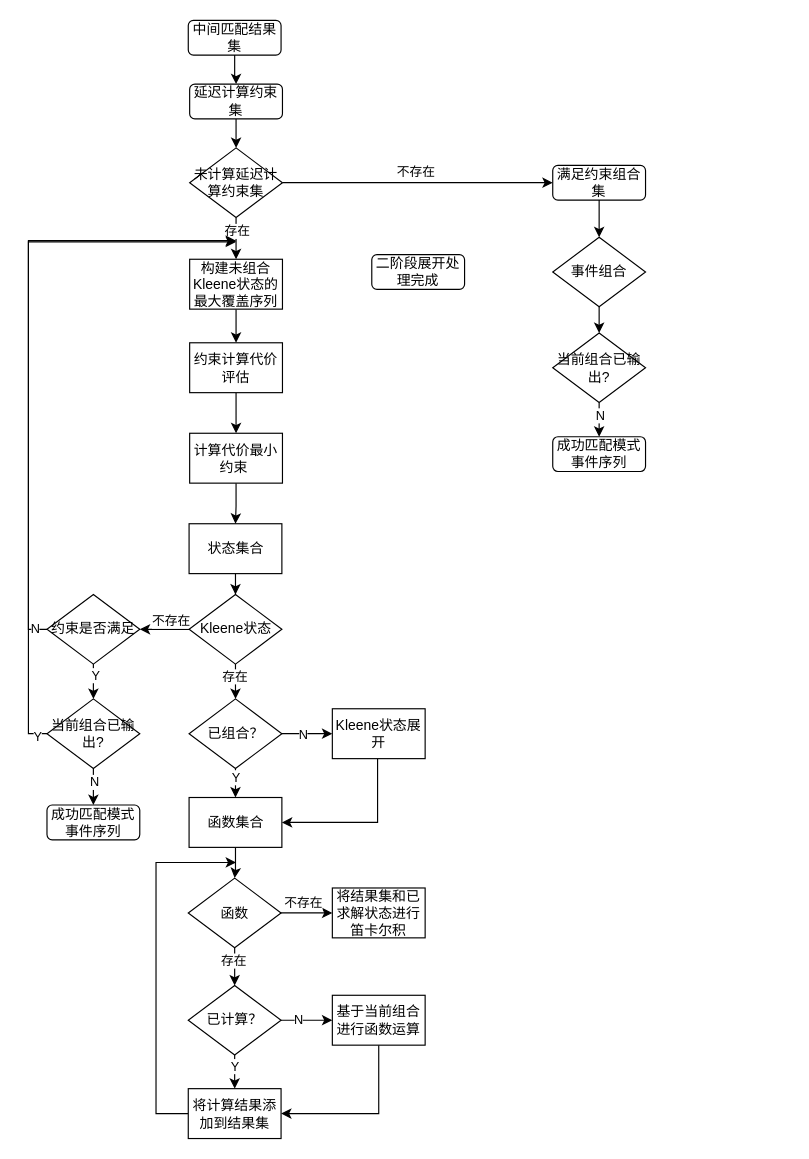
LiLiJacky/graphData keeps this draw.io diagram as page "基于模式基础解集展开" (12 of 12) of 毕业论文.drawio. Above is the earlier version. Source tidied: cells renumbered, new cells numbered last; positions are measured from the earlier drawing's top-left corner, leaving out a move shared by most shapes. Both pictures are drawn from the tidied source at 116%, with x=0, y=0 at pixel (28, 20).
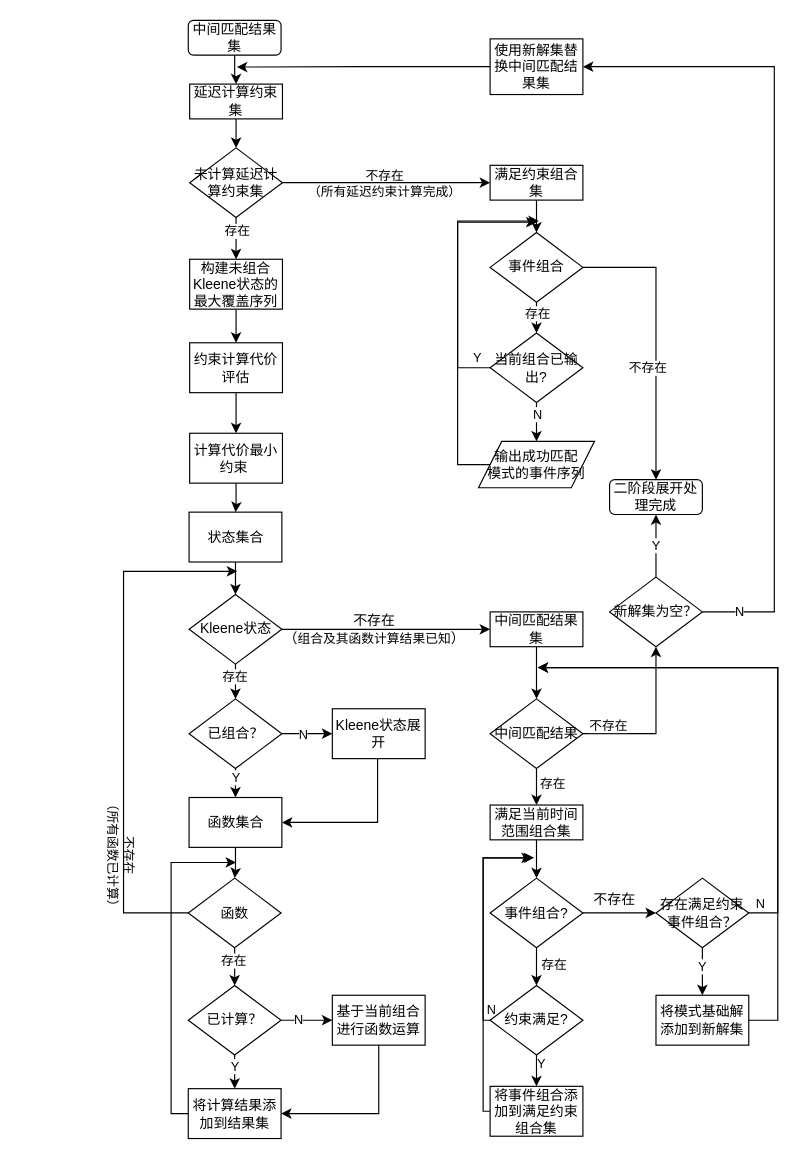
The same diagram, later.

Unchanged cells that the change refers to:
```xml
<mxCell id="10" style="edgeStyle=orthogonalEdgeStyle;rounded=0;jettySize=auto;html=1;entryX=0;entryY=0.5;entryDx=0;entryDy=0;" parent="1" edge="1" source="12" target="61">
  <mxGeometry relative="1" as="geometry" />
</mxCell>
<mxCell id="23" value="将计算结果添加到结果集" style="rounded=0;whiteSpace=wrap;html=1;" parent="1" vertex="1">
  <mxGeometry x="137.8" y="921" width="80" height="43" as="geometry" />
</mxCell>
<mxCell id="29" value="Kleene状态" style="rhombus;whiteSpace=wrap;html=1;" parent="1" vertex="1">
  <mxGeometry x="138.5" y="495" width="80" height="60" as="geometry" />
</mxCell>
<mxCell id="36" value="函数" style="rhombus;whiteSpace=wrap;html=1;" parent="1" vertex="1">
  <mxGeometry x="137.8" y="739.5" width="80" height="60" as="geometry" />
</mxCell>
<mxCell id="62" style="edgeStyle=orthogonalEdgeStyle;rounded=0;jettySize=auto;html=1;" parent="1" edge="1" source="63" target="58">
  <mxGeometry relative="1" as="geometry" />
</mxCell>
```

Change to the diagram source:
```diff
@@
-    <mxCell id="9" value="延迟计算约束集" style="rounded=1;whiteSpace=wrap;html=1;" parent="1" vertex="1">
+    <mxCell id="9" value="延迟计算约束集" style="rounded=0;whiteSpace=wrap;html=1;" parent="1" vertex="1">
       <mxGeometry x="139" y="55" width="80" height="30" as="geometry" />
     </mxCell>
@@
-    <mxCell id="11" value="不存在" style="edgeLabel;html=1;align=center;verticalAlign=middle;" parent="10" vertex="1">
+    <mxCell id="11" value="不存在&lt;div&gt;（所有延迟约束计算完成）&lt;/div&gt;" style="edgeLabel;html=1;align=center;verticalAlign=middle;labelBackgroundColor=none;" parent="10" vertex="1">
       <mxGeometry relative="1" as="geometry">
-        <mxPoint x="-3" y="-10" as="offset" />
+        <mxPoint x="-3" as="offset" />
       </mxGeometry>
     </mxCell>
@@
     <mxCell id="14" value="状态集合" style="rounded=0;whiteSpace=wrap;html=1;" parent="1" vertex="1">
-      <mxGeometry x="138.5" y="434" width="80" height="43" as="geometry" />
+      <mxGeometry x="138.5" y="424" width="80" height="43" as="geometry" />
     </mxCell>
@@
     <mxCell id="22" style="edgeStyle=orthogonalEdgeStyle;rounded=0;jettySize=auto;html=1;" parent="1" edge="1" source="23">
       <mxGeometry relative="1" as="geometry">
         <mxPoint x="179" y="726" as="targetPoint" />
         <Array as="points">
-          <mxPoint x="110" y="942" />
-          <mxPoint x="110" y="726" />
+          <mxPoint x="123" y="943" />
+          <mxPoint x="123" y="726" />
         </Array>
       </mxGeometry>
     </mxCell>
@@
-    <mxCell id="24" value="将结果集和已求解状态进行笛卡尔积" style="rounded=0;whiteSpace=wrap;html=1;" parent="1" vertex="1">
-      <mxGeometry x="262" y="748" width="80" height="43" as="geometry" />
-    </mxCell>
@@
-    <mxCell id="27" style="edgeStyle=orthogonalEdgeStyle;rounded=0;jettySize=auto;html=1;entryX=1;entryY=0.5;entryDx=0;entryDy=0;" parent="1" edge="1" source="29" target="41">
-      <mxGeometry relative="1" as="geometry" />
-    </mxCell>
-    <mxCell id="28" value="不存在" style="edgeLabel;html=1;align=center;verticalAlign=middle;" parent="27" vertex="1">
-      <mxGeometry x="-0.41" y="1" relative="1" as="geometry">
-        <mxPoint x="-3" y="-9" as="offset" />
-      </mxGeometry>
-    </mxCell>
+    <mxCell id="67" style="edgeStyle=orthogonalEdgeStyle;rounded=0;jettySize=auto;html=1;" parent="1" edge="1" source="29" target="76">
+      <mxGeometry relative="1" as="geometry" />
+    </mxCell>
@@
-    <mxCell id="34" style="edgeStyle=orthogonalEdgeStyle;rounded=0;jettySize=auto;html=1;" parent="1" edge="1" source="36" target="24">
-      <mxGeometry relative="1" as="geometry" />
-    </mxCell>
-    <mxCell id="35" value="不存在" style="edgeLabel;html=1;align=center;verticalAlign=middle;" parent="34" vertex="1">
-      <mxGeometry x="-0.15" relative="1" as="geometry">
-        <mxPoint y="-9" as="offset" />
-      </mxGeometry>
-    </mxCell>
+    <mxCell id="68" style="edgeStyle=orthogonalEdgeStyle;rounded=0;jettySize=auto;html=1;" parent="1" edge="1" source="36">
+      <mxGeometry relative="1" as="geometry">
+        <mxPoint x="180" y="475" as="targetPoint" />
+        <Array as="points">
+          <mxPoint x="82" y="770" />
+          <mxPoint x="82" y="475" />
+        </Array>
+      </mxGeometry>
+    </mxCell>
+    <mxCell id="69" value="不存在&lt;div&gt;（所有函数已计算）&lt;/div&gt;" style="edgeLabel;html=1;align=center;verticalAlign=middle;rotation=90;labelBackgroundColor=none;" parent="68" vertex="1">
+      <mxGeometry x="-0.95" y="-1" relative="1" as="geometry">
+        <mxPoint x="-46" y="-49" as="offset" />
+      </mxGeometry>
+    </mxCell>
@@
-    <mxCell id="37" style="edgeStyle=orthogonalEdgeStyle;rounded=0;jettySize=auto;html=1;" parent="1" edge="1" source="41" target="52">
-      <mxGeometry relative="1" as="geometry" />
-    </mxCell>
-    <mxCell id="38" value="Y" style="edgeLabel;html=1;align=center;verticalAlign=middle;" parent="37" vertex="1">
-      <mxGeometry x="-0.64" y="1" relative="1" as="geometry" />
-    </mxCell>
-    <mxCell id="39" style="edgeStyle=orthogonalEdgeStyle;rounded=0;jettySize=auto;html=1;" parent="1" edge="1" source="41">
-      <mxGeometry relative="1" as="geometry">
-        <mxPoint x="179" y="190" as="targetPoint" />
-        <Array as="points">
-          <mxPoint y="525" />
-          <mxPoint y="190" />
-          <mxPoint x="179" y="190" />
-        </Array>
-      </mxGeometry>
-    </mxCell>
-    <mxCell id="40" value="N" style="edgeLabel;html=1;align=center;verticalAlign=middle;" parent="39" vertex="1">
-      <mxGeometry x="-0.96" y="-1" relative="1" as="geometry" />
-    </mxCell>
-    <mxCell id="41" value="约束是否满足" style="rhombus;whiteSpace=wrap;html=1;" parent="1" vertex="1">
-      <mxGeometry x="16" y="495" width="80" height="60" as="geometry" />
-    </mxCell>
@@
-    <mxCell id="48" style="edgeStyle=orthogonalEdgeStyle;rounded=0;jettySize=auto;html=1;entryX=0.5;entryY=0;entryDx=0;entryDy=0;" parent="1" edge="1" source="52" target="53">
-      <mxGeometry relative="1" as="geometry" />
+    <mxCell id="48" style="edgeStyle=orthogonalEdgeStyle;rounded=0;orthogonalLoop=1;jettySize=auto;html=1;entryX=0.5;entryY=0;entryDx=0;entryDy=0;" parent="1" edge="1">
+      <mxGeometry relative="1" as="geometry">
+        <mxPoint x="56" y="645" as="sourcePoint" />
+      </mxGeometry>
     </mxCell>
@@
-    <mxCell id="50" style="edgeStyle=orthogonalEdgeStyle;rounded=0;jettySize=auto;html=1;" parent="1" edge="1" source="52">
-      <mxGeometry relative="1" as="geometry">
-        <mxPoint x="179" y="191" as="targetPoint" />
-        <Array as="points">
-          <mxPoint y="615" />
-          <mxPoint y="191" />
-        </Array>
-      </mxGeometry>
-    </mxCell>
-    <mxCell id="51" value="Y" style="edgeLabel;html=1;align=center;verticalAlign=middle;" parent="50" vertex="1">
-      <mxGeometry x="-0.97" y="2" relative="1" as="geometry" />
-    </mxCell>
-    <mxCell id="52" value="当前组合已输出?" style="rhombus;whiteSpace=wrap;html=1;" parent="1" vertex="1">
-      <mxGeometry x="16" y="585" width="80" height="60" as="geometry" />
-    </mxCell>
-    <mxCell id="53" value="成功匹配模式事件序列" style="rounded=1;whiteSpace=wrap;html=1;" parent="1" vertex="1">
-      <mxGeometry x="16" y="676.5" width="80" height="30" as="geometry" />
-    </mxCell>
@@
-    <mxCell id="56" style="edgeStyle=orthogonalEdgeStyle;rounded=0;jettySize=auto;html=1;entryX=0.5;entryY=0;entryDx=0;entryDy=0;" parent="1" edge="1" source="58" target="59">
+    <mxCell id="56" style="edgeStyle=orthogonalEdgeStyle;rounded=0;jettySize=auto;html=1;" parent="1" edge="1" source="58" target="111">
       <mxGeometry relative="1" as="geometry" />
     </mxCell>
@@
+    <mxCell id="70" style="edgeStyle=orthogonalEdgeStyle;rounded=0;jettySize=auto;html=1;" parent="1" edge="1" source="58">
+      <mxGeometry relative="1" as="geometry">
+        <mxPoint x="440" y="173" as="targetPoint" />
+        <Array as="points">
+          <mxPoint x="370" y="300" />
+          <mxPoint x="370" y="173" />
+        </Array>
+      </mxGeometry>
+    </mxCell>
+    <mxCell id="71" value="Y" style="edgeLabel;html=1;align=center;verticalAlign=middle;" parent="70" vertex="1">
+      <mxGeometry x="-0.75" relative="1" as="geometry">
+        <mxPoint x="16" y="-9" as="offset" />
+      </mxGeometry>
+    </mxCell>
     <mxCell id="58" value="当前组合已输出?" style="rhombus;whiteSpace=wrap;html=1;" parent="1" vertex="1">
-      <mxGeometry x="452" y="269.5" width="80" height="60" as="geometry" />
+      <mxGeometry x="398" y="269.5" width="80" height="60" as="geometry" />
     </mxCell>
-    <mxCell id="59" value="成功匹配模式事件序列" style="rounded=1;whiteSpace=wrap;html=1;" parent="1" vertex="1">
-      <mxGeometry x="452" y="359" width="80" height="30" as="geometry" />
-    </mxCell>
@@
-    <mxCell id="61" value="满足约束组合集" style="rounded=1;whiteSpace=wrap;html=1;" parent="1" vertex="1">
-      <mxGeometry x="452" y="125" width="80" height="30" as="geometry" />
+    <mxCell id="61" value="满足约束组合集" style="rounded=0;whiteSpace=wrap;html=1;" parent="1" vertex="1">
+      <mxGeometry x="398" y="125" width="80" height="30" as="geometry" />
     </mxCell>
@@
+    <mxCell id="72" value="存在" style="edgeLabel;html=1;align=center;verticalAlign=middle;" parent="62" vertex="1">
+      <mxGeometry x="0.47" relative="1" as="geometry">
+        <mxPoint y="-3" as="offset" />
+      </mxGeometry>
+    </mxCell>
+    <mxCell id="73" style="edgeStyle=orthogonalEdgeStyle;rounded=0;jettySize=auto;html=1;" parent="1" edge="1" source="63" target="66">
+      <mxGeometry relative="1" as="geometry" />
+    </mxCell>
+    <mxCell id="74" value="不存在" style="edgeLabel;html=1;align=center;verticalAlign=middle;" parent="73" vertex="1">
+      <mxGeometry x="0.2" y="1" relative="1" as="geometry">
+        <mxPoint x="-9" y="1" as="offset" />
+      </mxGeometry>
+    </mxCell>
     <mxCell id="63" value="事件组合" style="rhombus;whiteSpace=wrap;html=1;" parent="1" vertex="1">
-      <mxGeometry x="452" y="187" width="80" height="60" as="geometry" />
+      <mxGeometry x="398" y="183" width="80" height="60" as="geometry" />
     </mxCell>
@@
     <mxCell id="66" value="二阶段展开处理完成" style="rounded=1;whiteSpace=wrap;html=1;" parent="1" vertex="1">
-      <mxGeometry x="296" y="202" width="80" height="30" as="geometry" />
+      <mxGeometry x="501" y="396" width="80" height="30" as="geometry" />
     </mxCell>
+    <mxCell id="75" style="edgeStyle=orthogonalEdgeStyle;rounded=0;jettySize=auto;html=1;" parent="1" edge="1" source="76" target="82">
+      <mxGeometry relative="1" as="geometry" />
+    </mxCell>
+    <mxCell id="76" value="中间匹配结果集" style="rounded=0;whiteSpace=wrap;html=1;" parent="1" vertex="1">
+      <mxGeometry x="398" y="510" width="80" height="30" as="geometry" />
+    </mxCell>
+    <mxCell id="77" value="不存在&lt;div&gt;（&lt;span style=&quot;font-size: 11px; background-color: transparent; color: light-dark(rgb(0, 0, 0), rgb(255, 255, 255));&quot;&gt;组合及其&lt;/span&gt;&lt;span style=&quot;font-size: 11px; background-color: transparent; color: light-dark(rgb(0, 0, 0), rgb(255, 255, 255));&quot;&gt;函数计算&lt;/span&gt;&lt;span style=&quot;font-size: 11px; background-color: transparent; color: light-dark(rgb(0, 0, 0), rgb(255, 255, 255));&quot;&gt;结果已知&lt;/span&gt;）&lt;/div&gt;" style="text;html=1;align=center;verticalAlign=middle;strokeColor=none;fillColor=none;" parent="1" vertex="1">
+      <mxGeometry x="211" y="504.5" width="174" height="41" as="geometry" />
+    </mxCell>
+    <mxCell id="78" style="edgeStyle=orthogonalEdgeStyle;rounded=0;jettySize=auto;html=1;" parent="1" edge="1" source="82" target="84">
+      <mxGeometry relative="1" as="geometry" />
+    </mxCell>
+    <mxCell id="79" value="存在" style="edgeLabel;html=1;align=center;verticalAlign=middle;" parent="78" vertex="1">
+      <mxGeometry x="-0.7" y="2" relative="1" as="geometry">
+        <mxPoint x="11" y="5" as="offset" />
+      </mxGeometry>
+    </mxCell>
+    <mxCell id="80" style="edgeStyle=orthogonalEdgeStyle;rounded=0;jettySize=auto;html=1;entryX=0.5;entryY=1;entryDx=0;entryDy=0;" parent="1" edge="1" source="82" target="107">
+      <mxGeometry relative="1" as="geometry">
+        <Array as="points">
+          <mxPoint x="541" y="615" />
+        </Array>
+      </mxGeometry>
+    </mxCell>
+    <mxCell id="81" value="不存在" style="edgeLabel;html=1;align=center;verticalAlign=middle;" parent="80" vertex="1">
+      <mxGeometry x="-0.94" y="-1" relative="1" as="geometry">
+        <mxPoint x="17" y="-9" as="offset" />
+      </mxGeometry>
+    </mxCell>
+    <mxCell id="82" value="中间匹配结果" style="rhombus;whiteSpace=wrap;html=1;" parent="1" vertex="1">
+      <mxGeometry x="398" y="585" width="80" height="60" as="geometry" />
+    </mxCell>
+    <mxCell id="83" style="edgeStyle=orthogonalEdgeStyle;rounded=0;jettySize=auto;html=1;" parent="1" edge="1" source="84" target="88">
+      <mxGeometry relative="1" as="geometry" />
+    </mxCell>
+    <mxCell id="84" value="满足当前时间范围组合集" style="rounded=0;whiteSpace=wrap;html=1;" parent="1" vertex="1">
+      <mxGeometry x="398" y="676.5" width="80" height="30" as="geometry" />
+    </mxCell>
+    <mxCell id="85" style="edgeStyle=orthogonalEdgeStyle;rounded=0;jettySize=auto;html=1;" parent="1" edge="1" source="88" target="93">
+      <mxGeometry relative="1" as="geometry" />
+    </mxCell>
+    <mxCell id="86" value="存在" style="edgeLabel;html=1;align=center;verticalAlign=middle;" parent="85" vertex="1">
+      <mxGeometry x="-0.49" y="3" relative="1" as="geometry">
+        <mxPoint x="11" y="2" as="offset" />
+      </mxGeometry>
+    </mxCell>
+    <mxCell id="87" style="edgeStyle=orthogonalEdgeStyle;rounded=0;jettySize=auto;html=1;entryX=0;entryY=0.5;entryDx=0;entryDy=0;" parent="1" edge="1" source="88" target="100">
+      <mxGeometry relative="1" as="geometry" />
+    </mxCell>
+    <mxCell id="88" value="事件组合?" style="rhombus;whiteSpace=wrap;html=1;" parent="1" vertex="1">
+      <mxGeometry x="398" y="739.5" width="80" height="60" as="geometry" />
+    </mxCell>
+    <mxCell id="89" style="edgeStyle=orthogonalEdgeStyle;rounded=0;jettySize=auto;html=1;" parent="1" edge="1" source="93" target="95">
+      <mxGeometry relative="1" as="geometry" />
+    </mxCell>
+    <mxCell id="90" value="Y" style="edgeLabel;html=1;align=center;verticalAlign=middle;" parent="89" vertex="1">
+      <mxGeometry x="0.25" y="3" relative="1" as="geometry" />
+    </mxCell>
+    <mxCell id="91" style="edgeStyle=orthogonalEdgeStyle;rounded=0;jettySize=auto;html=1;" parent="1" edge="1" source="93">
+      <mxGeometry relative="1" as="geometry">
+        <mxPoint x="436" y="722" as="targetPoint" />
+        <Array as="points">
+          <mxPoint x="392" y="862" />
+          <mxPoint x="392" y="722" />
+        </Array>
+      </mxGeometry>
+    </mxCell>
+    <mxCell id="92" value="N" style="edgeLabel;html=1;align=center;verticalAlign=middle;" parent="91" vertex="1">
+      <mxGeometry x="-0.87" relative="1" as="geometry">
+        <mxPoint x="6" y="-4" as="offset" />
+      </mxGeometry>
+    </mxCell>
+    <mxCell id="93" value="约束满足?" style="rhombus;whiteSpace=wrap;html=1;" parent="1" vertex="1">
+      <mxGeometry x="398" y="832" width="80" height="60" as="geometry" />
+    </mxCell>
+    <mxCell id="94" style="edgeStyle=orthogonalEdgeStyle;rounded=0;jettySize=auto;html=1;" parent="1" edge="1" source="95">
+      <mxGeometry relative="1" as="geometry">
+        <mxPoint x="434" y="722" as="targetPoint" />
+        <Array as="points">
+          <mxPoint x="392" y="941" />
+          <mxPoint x="392" y="722" />
+        </Array>
+      </mxGeometry>
+    </mxCell>
+    <mxCell id="95" value="将事件组合添加到满足约束组合集" style="rounded=0;whiteSpace=wrap;html=1;" parent="1" vertex="1">
+      <mxGeometry x="398" y="919" width="80" height="43" as="geometry" />
+    </mxCell>
+    <mxCell id="96" style="edgeStyle=orthogonalEdgeStyle;rounded=0;jettySize=auto;html=1;" parent="1" edge="1" source="100" target="103">
+      <mxGeometry relative="1" as="geometry" />
+    </mxCell>
+    <mxCell id="97" value="Y" style="edgeLabel;html=1;align=center;verticalAlign=middle;" parent="96" vertex="1">
+      <mxGeometry x="-0.21" y="-1" relative="1" as="geometry" />
+    </mxCell>
+    <mxCell id="98" style="edgeStyle=orthogonalEdgeStyle;rounded=0;jettySize=auto;html=1;" parent="1" edge="1" source="100">
+      <mxGeometry relative="1" as="geometry">
+        <mxPoint x="439" y="558" as="targetPoint" />
+        <Array as="points">
+          <mxPoint x="646" y="770" />
+          <mxPoint x="646" y="558" />
+        </Array>
+      </mxGeometry>
+    </mxCell>
+    <mxCell id="99" value="N" style="edgeLabel;html=1;align=center;verticalAlign=middle;" parent="98" vertex="1">
+      <mxGeometry x="-0.62" y="3" relative="1" as="geometry">
+        <mxPoint x="-13" y="51" as="offset" />
+      </mxGeometry>
+    </mxCell>
+    <mxCell id="100" value="存在满足约束事件组合？" style="rhombus;whiteSpace=wrap;html=1;" parent="1" vertex="1">
+      <mxGeometry x="541" y="739.5" width="80" height="60" as="geometry" />
+    </mxCell>
+    <mxCell id="101" value="不存在" style="text;html=1;align=center;verticalAlign=middle;strokeColor=none;fillColor=none;" parent="1" vertex="1">
+      <mxGeometry x="478" y="745" width="54" height="26" as="geometry" />
+    </mxCell>
+    <mxCell id="102" style="edgeStyle=orthogonalEdgeStyle;rounded=0;jettySize=auto;html=1;" parent="1" edge="1" source="103">
+      <mxGeometry relative="1" as="geometry">
+        <mxPoint x="439" y="558" as="targetPoint" />
+        <Array as="points">
+          <mxPoint x="646" y="862" />
+          <mxPoint x="646" y="558" />
+        </Array>
+      </mxGeometry>
+    </mxCell>
+    <mxCell id="103" value="将模式基础解添加到新解集" style="rounded=0;whiteSpace=wrap;html=1;" parent="1" vertex="1">
+      <mxGeometry x="541" y="840.5" width="80" height="43" as="geometry" />
+    </mxCell>
+    <mxCell id="104" value="Y" style="edgeStyle=orthogonalEdgeStyle;rounded=0;jettySize=auto;html=1;" parent="1" edge="1" source="107" target="66">
+      <mxGeometry relative="1" as="geometry" />
+    </mxCell>
+    <mxCell id="105" style="edgeStyle=orthogonalEdgeStyle;rounded=0;jettySize=auto;html=1;" parent="1" edge="1" source="107" target="109">
+      <mxGeometry relative="1" as="geometry">
+        <Array as="points">
+          <mxPoint x="643" y="510" />
+          <mxPoint x="643" y="40" />
+        </Array>
+      </mxGeometry>
+    </mxCell>
+    <mxCell id="106" value="N" style="edgeLabel;html=1;align=center;verticalAlign=middle;" parent="105" vertex="1">
+      <mxGeometry x="-0.91" y="1" relative="1" as="geometry" />
+    </mxCell>
+    <mxCell id="107" value="新解集为空？" style="rhombus;whiteSpace=wrap;html=1;" parent="1" vertex="1">
+      <mxGeometry x="501" y="480" width="80" height="60" as="geometry" />
+    </mxCell>
+    <mxCell id="108" style="edgeStyle=orthogonalEdgeStyle;rounded=0;jettySize=auto;html=1;" parent="1" edge="1" source="109">
+      <mxGeometry relative="1" as="geometry">
+        <mxPoint x="179.7" y="40.3" as="targetPoint" />
+      </mxGeometry>
+    </mxCell>
+    <mxCell id="109" value="使用新解集替换中间匹配结果集" style="rounded=0;whiteSpace=wrap;html=1;" parent="1" vertex="1">
+      <mxGeometry x="398" y="16" width="80" height="48" as="geometry" />
+    </mxCell>
+    <mxCell id="110" style="edgeStyle=orthogonalEdgeStyle;rounded=0;jettySize=auto;html=1;" parent="1" edge="1" source="111">
+      <mxGeometry relative="1" as="geometry">
+        <mxPoint x="438" y="174" as="targetPoint" />
+        <Array as="points">
+          <mxPoint x="370" y="383" />
+          <mxPoint x="370" y="174" />
+        </Array>
+      </mxGeometry>
+    </mxCell>
+    <mxCell id="111" value="输出成功匹配&lt;div&gt;模式的&lt;span style=&quot;background-color: transparent; color: light-dark(rgb(0, 0, 0), rgb(255, 255, 255));&quot;&gt;事件序列&lt;/span&gt;&lt;/div&gt;" style="shape=parallelogram;perimeter=parallelogramPerimeter;whiteSpace=wrap;html=1;fixedSize=1;" parent="1" vertex="1">
+      <mxGeometry x="388" y="363" width="100" height="40" as="geometry" />
+    </mxCell>
```
